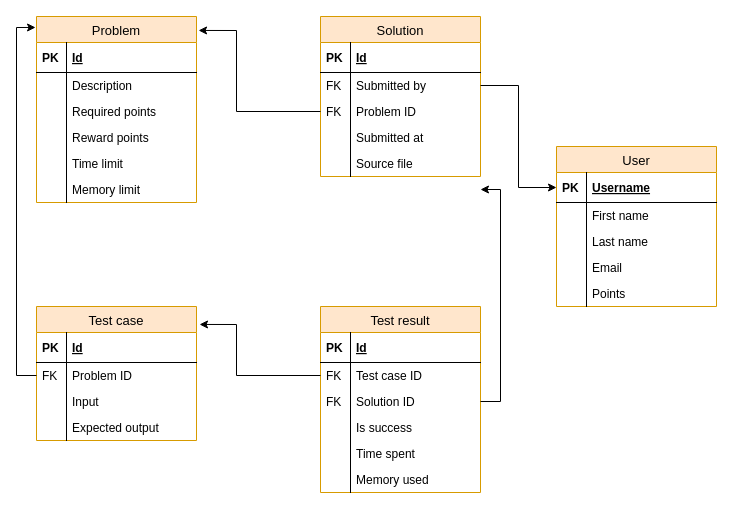
The draw.io diagram page "Database" (2 of 2) of docs/dbvs_er.drawio in BenasB/vu-dbvs, before the edit. Source tidied: cells renumbered, new cells numbered last; positions are measured from the earlier drawing's top-left corner, leaving out a move shared by most shapes. Both pictures are drawn from the tidied source at 100%, with x=0, y=0 at pixel (36, 16).
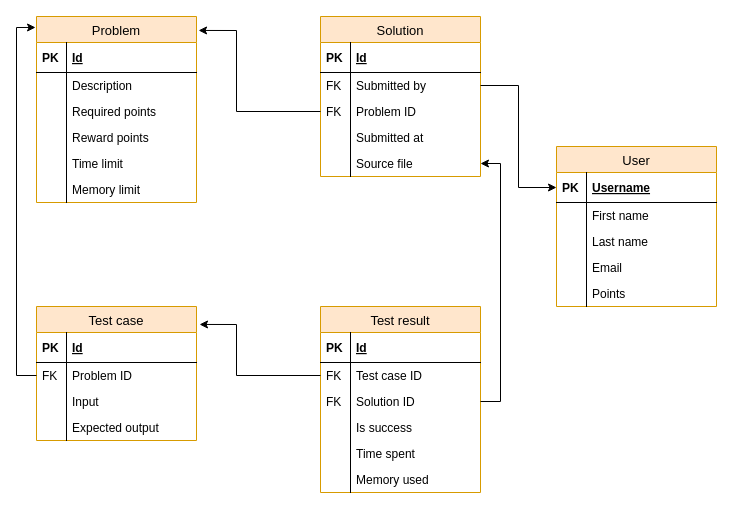
The same page after the edit.

Commit message (it also covers changes not shown here):
Rework function, fix materialized view

The change refers to these unchanged cells:
```xml
<mxCell id="45" value="Source file" style="shape=partialRectangle;top=0;left=0;right=0;bottom=0;align=left;verticalAlign=top;fillColor=none;spacingLeft=34;spacingRight=4;overflow=hidden;points=[[0,0.5],[1,0.5]];portConstraint=eastwest;" parent="36" vertex="1">
  <mxGeometry y="134" width="160" height="26" as="geometry" />
</mxCell>
<mxCell id="52" value="Solution ID" style="shape=partialRectangle;top=0;left=0;right=0;bottom=0;align=left;verticalAlign=top;fillColor=none;spacingLeft=34;spacingRight=4;overflow=hidden;points=[[0,0.5],[1,0.5]];portConstraint=eastwest;" parent="47" vertex="1">
  <mxGeometry y="82" width="160" height="26" as="geometry" />
</mxCell>
```

The edit, as a diff of the source:
```diff
@@
-    <mxCell id="63" style="edgeStyle=orthogonalEdgeStyle;rounded=0;jettySize=auto;html=1;entryX=1;entryY=0.5;entryDx=0;entryDy=0;" parent="1" edge="1" source="52">
-      <mxGeometry relative="1" as="geometry">
-        <mxPoint x="444" y="173" as="targetPoint" />
-        <Array as="points">
-          <mxPoint x="464" y="385" />
-          <mxPoint x="464" y="173" />
-        </Array>
-      </mxGeometry>
-    </mxCell>
+    <mxCell id="64" style="edgeStyle=orthogonalEdgeStyle;rounded=0;jettySize=auto;html=1;entryX=1;entryY=0.5;entryDx=0;entryDy=0;" parent="1" edge="1" source="52" target="45">
+      <mxGeometry relative="1" as="geometry">
+        <Array as="points">
+          <mxPoint x="464" y="385" />
+          <mxPoint x="464" y="147" />
+        </Array>
+      </mxGeometry>
+    </mxCell>
```
